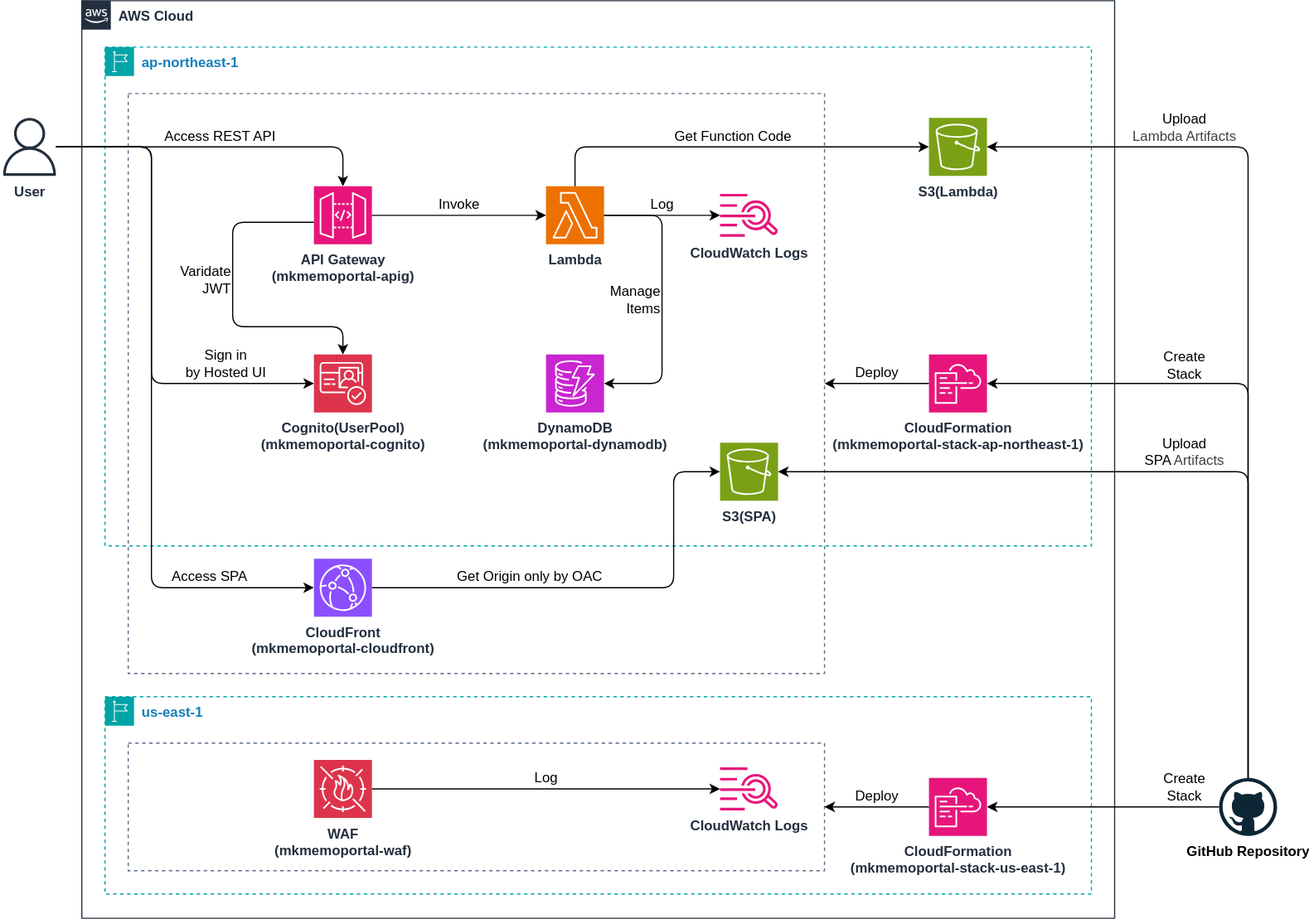
This is architecture.drawio.svg from infhyroyage/MarkdownNotePortal, a draw.io export, as it was before one commit. Source tidied: cells renumbered, new cells last; positions are measured from the earlier drawing's top-left corner, leaving out a move shared by most shapes.
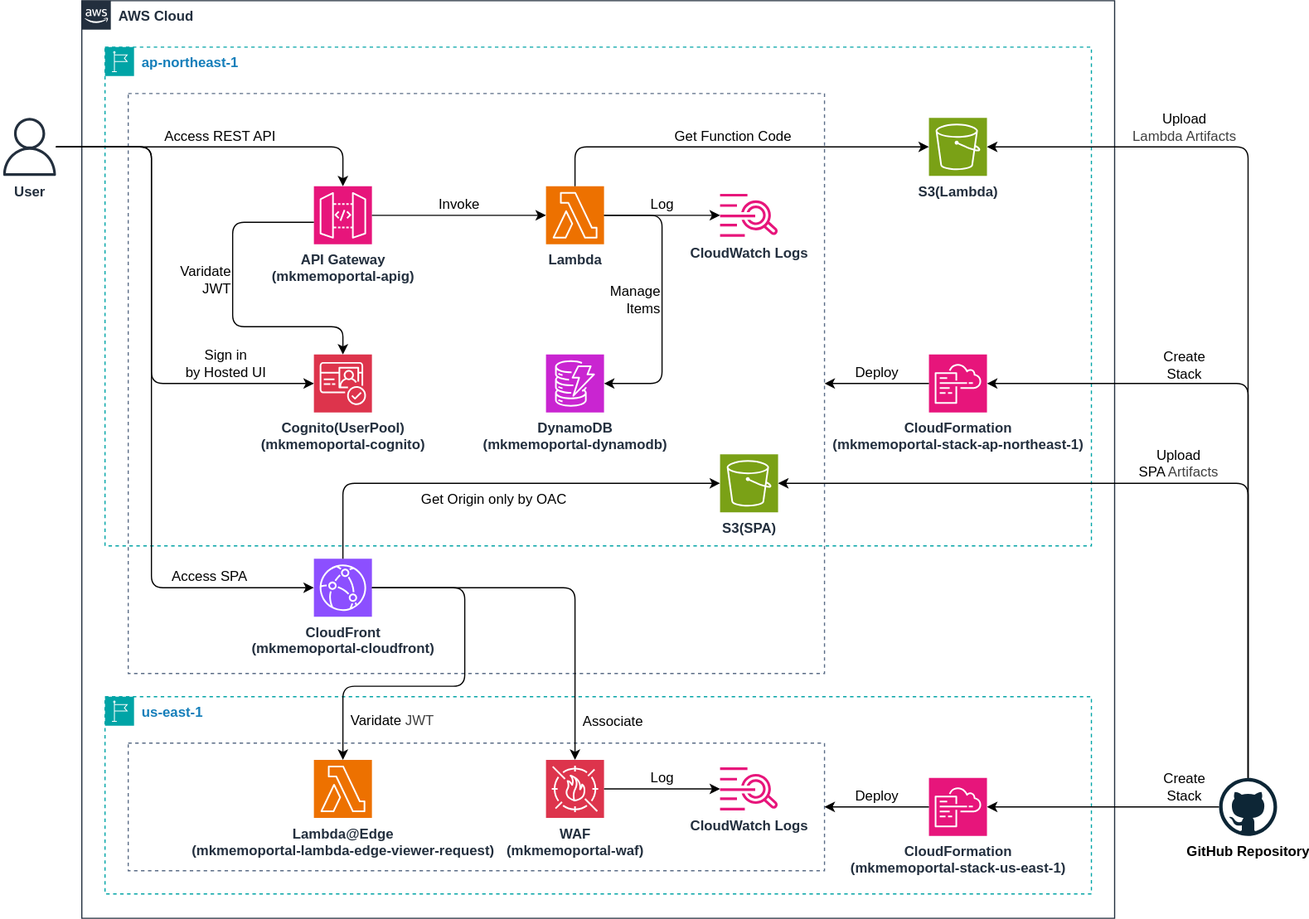
After the change.

Commit message:
Update architecture figure

The edit, as a diff of the source:
```diff
@@ -18,7 +18,7 @@
       <mxGeometry x="710" y="61" width="50" height="50" as="geometry" />
     </mxCell>
     <mxCell id="7" value="S3(SPA)" style="sketch=0;points=[[0,0,0],[0.25,0,0],[0.5,0,0],[0.75,0,0],[1,0,0],[0,1,0],[0.25,1,0],[0.5,1,0],[0.75,1,0],[1,1,0],[0,0.25,0],[0,0.5,0],[0,0.75,0],[1,0.25,0],[1,0.5,0],[1,0.75,0]];outlineConnect=0;fontColor=#232F3E;fillColor=#7AA116;strokeColor=#ffffff;dashed=0;verticalLabelPosition=bottom;verticalAlign=top;align=center;html=1;fontSize=12;fontStyle=1;shape=mxgraph.aws4.resourceIcon;resIcon=mxgraph.aws4.s3;" parent="4" vertex="1">
-      <mxGeometry x="530" y="341" width="50" height="50" as="geometry" />
+      <mxGeometry x="530" y="351" width="50" height="50" as="geometry" />
     </mxCell>
     <mxCell id="8" value="API Gateway&lt;div&gt;(mkmemoportal-apig)&lt;/div&gt;" style="sketch=0;points=[[0,0,0],[0.25,0,0],[0.5,0,0],[0.75,0,0],[1,0,0],[0,1,0],[0.25,1,0],[0.5,1,0],[0.75,1,0],[1,1,0],[0,0.25,0],[0,0.5,0],[0,0.75,0],[1,0.25,0],[1,0.5,0],[1,0.75,0]];outlineConnect=0;fontColor=#232F3E;fillColor=#E7157B;strokeColor=#ffffff;dashed=0;verticalLabelPosition=bottom;verticalAlign=top;align=center;html=1;fontSize=12;fontStyle=1;shape=mxgraph.aws4.resourceIcon;resIcon=mxgraph.aws4.api_gateway;" parent="4" vertex="1">
       <mxGeometry x="180" y="120" width="50" height="50" as="geometry" />
@@ -48,7 +48,7 @@
       <mxGeometry x="20" y="40" width="600" height="110" as="geometry" />
     </mxCell>
     <mxCell id="15" value="WAF&lt;div&gt;(mkmemoportal-waf)&lt;/div&gt;" style="sketch=0;points=[[0,0,0],[0.25,0,0],[0.5,0,0],[0.75,0,0],[1,0,0],[0,1,0],[0.25,1,0],[0.5,1,0],[0.75,1,0],[1,1,0],[0,0.25,0],[0,0.5,0],[0,0.75,0],[1,0.25,0],[1,0.5,0],[1,0.75,0]];outlineConnect=0;fontColor=#232F3E;fillColor=#DD344C;strokeColor=#ffffff;dashed=0;verticalLabelPosition=bottom;verticalAlign=top;align=center;html=1;fontSize=12;fontStyle=1;shape=mxgraph.aws4.resourceIcon;resIcon=mxgraph.aws4.waf;" parent="13" vertex="1">
-      <mxGeometry x="180" y="54.5" width="50" height="50" as="geometry" />
+      <mxGeometry x="380" y="54.5" width="50" height="50" as="geometry" />
     </mxCell>
     <mxCell id="16" value="&lt;span style=&quot;color: rgb(35, 47, 62); font-weight: 700;&quot;&gt;CloudWatch Logs&lt;/span&gt;" style="sketch=0;outlineConnect=0;fontColor=#232F3E;gradientColor=none;fillColor=#E7157B;strokeColor=none;dashed=0;verticalLabelPosition=bottom;verticalAlign=top;align=center;html=1;fontSize=12;fontStyle=0;shape=mxgraph.aws4.cloudwatch_logs;" parent="13" vertex="1">
       <mxGeometry x="530" y="60.9" width="50" height="37.2" as="geometry" />
@@ -62,17 +62,19 @@
     <mxCell id="19" value="Log" style="edgeStyle=none;html=1;labelPosition=center;verticalLabelPosition=top;align=center;verticalAlign=bottom;fontSize=12;labelBackgroundColor=none;" parent="13" edge="1" source="15" target="16">
       <mxGeometry relative="1" as="geometry" />
     </mxCell>
+    <mxCell id="37" value="Lambda@Edge&lt;div&gt;(mkmemoportal-lambda-edge-viewer-request)&lt;/div&gt;" style="sketch=0;points=[[0,0,0],[0.25,0,0],[0.5,0,0],[0.75,0,0],[1,0,0],[0,1,0],[0.25,1,0],[0.5,1,0],[0.75,1,0],[1,1,0],[0,0.25,0],[0,0.5,0],[0,0.75,0],[1,0.25,0],[1,0.5,0],[1,0.75,0]];outlineConnect=0;fontColor=#232F3E;fillColor=#ED7100;strokeColor=#ffffff;dashed=0;verticalLabelPosition=bottom;verticalAlign=top;align=center;html=1;fontSize=12;fontStyle=1;shape=mxgraph.aws4.resourceIcon;resIcon=mxgraph.aws4.lambda;" parent="13" vertex="1">
+      <mxGeometry x="180" y="54.5" width="50" height="50" as="geometry" />
+    </mxCell>
     <mxCell id="20" value="CloudFront&lt;div&gt;(mkmemoportal-cloudfront)&lt;/div&gt;" style="sketch=0;points=[[0,0,0],[0.25,0,0],[0.5,0,0],[0.75,0,0],[1,0,0],[0,1,0],[0.25,1,0],[0.5,1,0],[0.75,1,0],[1,1,0],[0,0.25,0],[0,0.5,0],[0,0.75,0],[1,0.25,0],[1,0.5,0],[1,0.75,0]];outlineConnect=0;fontColor=#232F3E;fillColor=#8C4FFF;strokeColor=#ffffff;dashed=0;verticalLabelPosition=bottom;verticalAlign=top;align=center;html=1;fontSize=12;fontStyle=1;shape=mxgraph.aws4.resourceIcon;resIcon=mxgraph.aws4.cloudfront;" parent="2" vertex="1">
       <mxGeometry x="200" y="481" width="50" height="50" as="geometry" />
     </mxCell>
     <mxCell id="21" value="Deploy" style="edgeStyle=none;html=1;labelPosition=center;verticalLabelPosition=top;align=center;verticalAlign=bottom;fontSize=12;labelBackgroundColor=none;" parent="2" edge="1" source="5" target="3">
       <mxGeometry relative="1" as="geometry" />
     </mxCell>
-    <mxCell id="22" value="Get Origin only by OAC" style="edgeStyle=orthogonalEdgeStyle;html=1;fontSize=12;labelPosition=left;verticalLabelPosition=top;align=right;verticalAlign=bottom;labelBackgroundColor=none;strokeColor=default;endArrow=none;endFill=0;startArrow=classic;startFill=1;" parent="2" edge="1" source="7" target="20">
+    <mxCell id="22" value="Get Origin only by OAC" style="edgeStyle=orthogonalEdgeStyle;html=1;fontSize=12;labelPosition=center;verticalLabelPosition=bottom;align=center;verticalAlign=top;labelBackgroundColor=none;strokeColor=default;endArrow=none;endFill=0;startArrow=classic;startFill=1;" parent="2" edge="1" source="7" target="20">
       <mxGeometry relative="1" as="geometry">
         <Array as="points">
-          <mxPoint x="510" y="406" />
-          <mxPoint x="510" y="506" />
+          <mxPoint x="225" y="416" />
         </Array>
       </mxGeometry>
     </mxCell>
@@ -100,6 +102,22 @@
         </Array>
       </mxGeometry>
     </mxCell>
+    <mxCell id="38" value="Varidate&amp;nbsp;&lt;span style=&quot;background-color: transparent; color: rgb(63, 63, 63);&quot;&gt;JWT&lt;/span&gt;" style="edgeStyle=orthogonalEdgeStyle;html=1;fontSize=12;labelPosition=right;verticalLabelPosition=middle;align=left;verticalAlign=middle;labelBackgroundColor=none;" parent="2" edge="1" source="20" target="37">
+      <mxGeometry x="0.8" y="5" relative="1" as="geometry">
+        <Array as="points">
+          <mxPoint x="330" y="506" />
+          <mxPoint x="330" y="591" />
+          <mxPoint x="225" y="591" />
+        </Array>
+      </mxGeometry>
+    </mxCell>
+    <mxCell id="39" value="Associate" style="edgeStyle=orthogonalEdgeStyle;html=1;fontSize=12;labelPosition=right;verticalLabelPosition=middle;align=left;verticalAlign=middle;labelBackgroundColor=none;" parent="2" edge="1" source="20" target="15">
+      <mxGeometry x="0.8" y="5" relative="1" as="geometry">
+        <Array as="points">
+          <mxPoint x="425" y="506" />
+        </Array>
+      </mxGeometry>
+    </mxCell>
     <mxCell id="28" value="User" style="sketch=0;outlineConnect=0;fontColor=#232F3E;gradientColor=none;fillColor=#232F3D;strokeColor=none;dashed=0;verticalLabelPosition=bottom;verticalAlign=top;align=center;html=1;fontSize=12;fontStyle=1;shape=mxgraph.aws4.user;" parent="1" vertex="1">
       <mxGeometry y="101" width="50" height="50" as="geometry" />
     </mxCell>
@@ -142,7 +160,7 @@
     <mxCell id="35" value="Upload&lt;div&gt;SPA&amp;nbsp;&lt;span style=&quot;color: rgb(63, 63, 63); background-color: transparent;&quot;&gt;Artifacts&lt;/span&gt;&lt;/div&gt;" style="edgeStyle=orthogonalEdgeStyle;html=1;fontSize=12;labelPosition=center;verticalLabelPosition=top;align=center;verticalAlign=bottom;labelBackgroundColor=none;" parent="1" edge="1" source="29" target="7">
       <mxGeometry x="-0.05" relative="1" as="geometry">
         <Array as="points">
-          <mxPoint x="1075" y="406" />
+          <mxPoint x="1075" y="416" />
         </Array>
       </mxGeometry>
     </mxCell>
```
